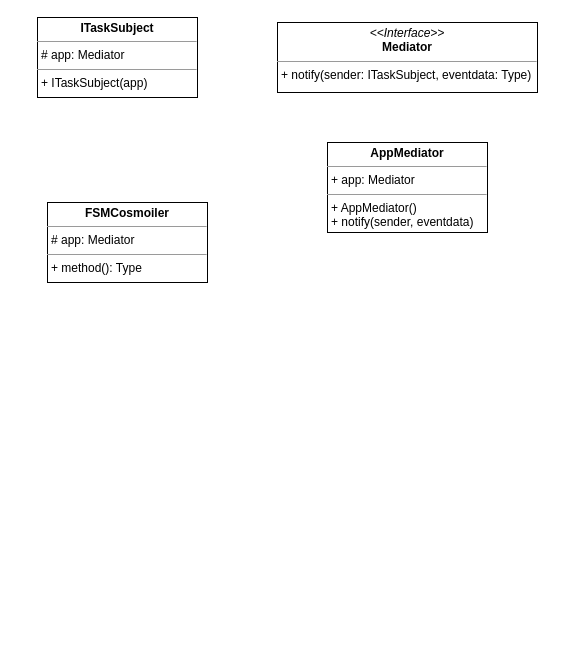
This is page "Class FSMTelemetry" (9 of 9) of Untitled Diagram.drawio from kosmonavtX/Cosmoiler-2.0, a draw.io file, before an edit. Source tidied: cells renumbered, new cells numbered last; positions are measured from the earlier drawing's top-left corner, leaving out a move shared by most shapes. Both pictures are drawn from the tidied source at 100%, with x=0, y=0 at pixel (37, 17).
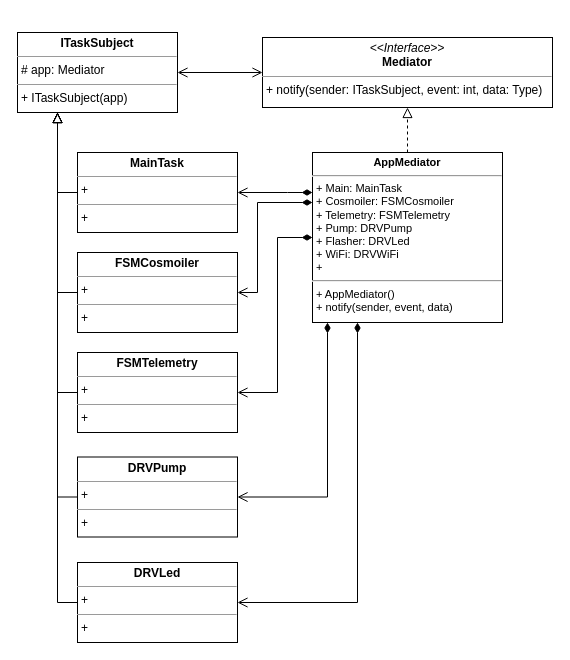
The same diagram, later.

The edit, as a diff of the source:
```diff
@@
-    <mxCell id="2" value="&lt;p style=&quot;margin:0px;margin-top:4px;text-align:center;&quot;&gt;&lt;i&gt;&amp;lt;&amp;lt;Interface&amp;gt;&amp;gt;&lt;/i&gt;&lt;br&gt;&lt;b&gt;Mediator&lt;/b&gt;&lt;/p&gt;&lt;hr size=&quot;1&quot;&gt;&lt;p style=&quot;margin:0px;margin-left:4px;&quot;&gt;+ notify(sender: ITaskSubject, eventdata: Type)&lt;br&gt;&lt;/p&gt;" style="verticalAlign=top;align=left;overflow=fill;fontSize=12;fontFamily=Helvetica;html=1;" parent="1" vertex="1">
-      <mxGeometry x="240" y="5" width="260" height="70" as="geometry" />
+    <mxCell id="2" value="&lt;p style=&quot;margin:0px;margin-top:4px;text-align:center;&quot;&gt;&lt;i&gt;&amp;lt;&amp;lt;Interface&amp;gt;&amp;gt;&lt;/i&gt;&lt;br&gt;&lt;b&gt;Mediator&lt;/b&gt;&lt;/p&gt;&lt;hr size=&quot;1&quot;&gt;&lt;p style=&quot;margin:0px;margin-left:4px;&quot;&gt;+ notify(sender: ITaskSubject, event: int, data: Type)&lt;br&gt;&lt;/p&gt;" style="verticalAlign=top;align=left;overflow=fill;fontSize=12;fontFamily=Helvetica;html=1;" parent="1" vertex="1">
+      <mxGeometry x="225" y="20" width="290" height="70" as="geometry" />
     </mxCell>
+    <mxCell id="6" style="edgeStyle=orthogonalEdgeStyle;rounded=0;jettySize=auto;html=1;fontSize=11;startArrow=none;startFill=0;endArrow=block;endFill=0;startSize=8;endSize=8;dashed=1;" parent="1" edge="1" source="3" target="2">
+      <mxGeometry relative="1" as="geometry" />
+    </mxCell>
-    <mxCell id="3" value="&lt;p style=&quot;margin:0px;margin-top:4px;text-align:center;&quot;&gt;&lt;b&gt;AppMediator&lt;/b&gt;&lt;/p&gt;&lt;hr size=&quot;1&quot;&gt;&lt;p style=&quot;margin:0px;margin-left:4px;&quot;&gt;+ app: Mediator&lt;/p&gt;&lt;hr size=&quot;1&quot;&gt;&lt;p style=&quot;margin:0px;margin-left:4px;&quot;&gt;+ AppMediator()&lt;/p&gt;&lt;p style=&quot;margin:0px;margin-left:4px;&quot;&gt;+ notify(sender, eventdata)&lt;/p&gt;" style="verticalAlign=top;align=left;overflow=fill;fontSize=12;fontFamily=Helvetica;html=1;" parent="1" vertex="1">
-      <mxGeometry x="290" y="125" width="160" height="90" as="geometry" />
+    <mxCell id="3" value="&lt;p style=&quot;margin: 4px 0px 0px; text-align: center; font-size: 11px;&quot;&gt;&lt;b style=&quot;font-size: 11px;&quot;&gt;AppMediator&lt;/b&gt;&lt;/p&gt;&lt;hr style=&quot;font-size: 11px;&quot;&gt;&lt;p style=&quot;margin: 0px 0px 0px 4px; font-size: 11px;&quot;&gt;+ Main: MainTask&amp;nbsp;&lt;/p&gt;&lt;p style=&quot;margin: 0px 0px 0px 4px; font-size: 11px;&quot;&gt;+ Cosmoiler: FSMCosmoiler&lt;/p&gt;&lt;p style=&quot;margin: 0px 0px 0px 4px; font-size: 11px;&quot;&gt;+ Telemetry: FSMTelemetry&lt;/p&gt;&lt;p style=&quot;margin: 0px 0px 0px 4px; font-size: 11px;&quot;&gt;+ Pump: DRVPump&lt;/p&gt;&lt;p style=&quot;margin: 0px 0px 0px 4px; font-size: 11px;&quot;&gt;+ Flasher: DRVLed&lt;/p&gt;&lt;p style=&quot;margin: 0px 0px 0px 4px; font-size: 11px;&quot;&gt;+ WiFi: DRVWiFi&lt;/p&gt;&lt;p style=&quot;margin: 0px 0px 0px 4px; font-size: 11px;&quot;&gt;+&amp;nbsp;&lt;/p&gt;&lt;hr style=&quot;font-size: 11px;&quot;&gt;&lt;p style=&quot;margin: 0px 0px 0px 4px; font-size: 11px;&quot;&gt;+ AppMediator()&lt;/p&gt;&lt;p style=&quot;margin: 0px 0px 0px 4px; font-size: 11px;&quot;&gt;+ notify(sender, event, data)&lt;/p&gt;" style="verticalAlign=top;align=left;overflow=fill;fontSize=11;fontFamily=Helvetica;html=1;" parent="1" vertex="1">
+      <mxGeometry x="275" y="135" width="190" height="170" as="geometry" />
     </mxCell>
+    <mxCell id="7" style="edgeStyle=orthogonalEdgeStyle;rounded=0;jettySize=auto;html=1;fontSize=11;startArrow=open;startFill=0;endArrow=diamondThin;endFill=1;startSize=8;endSize=8;" parent="1" edge="1" source="4" target="3">
+      <mxGeometry relative="1" as="geometry">
+        <Array as="points">
+          <mxPoint x="220" y="275" />
+          <mxPoint x="220" y="185" />
+        </Array>
+      </mxGeometry>
+    </mxCell>
+    <mxCell id="8" style="edgeStyle=orthogonalEdgeStyle;rounded=0;jettySize=auto;html=1;fontSize=11;startArrow=none;startFill=0;endArrow=block;endFill=0;startSize=8;endSize=8;entryX=0.25;entryY=1;entryDx=0;entryDy=0;exitX=0;exitY=0.5;exitDx=0;exitDy=0;" parent="1" edge="1" source="4" target="5">
+      <mxGeometry relative="1" as="geometry">
+        <Array as="points">
+          <mxPoint x="20" y="275" />
+        </Array>
+      </mxGeometry>
+    </mxCell>
-    <mxCell id="4" value="&lt;p style=&quot;margin:0px;margin-top:4px;text-align:center;&quot;&gt;&lt;b&gt;FSMCosmoiler&lt;/b&gt;&lt;/p&gt;&lt;hr size=&quot;1&quot;&gt;&lt;p style=&quot;margin:0px;margin-left:4px;&quot;&gt;# app: Mediator&lt;/p&gt;&lt;hr size=&quot;1&quot;&gt;&lt;p style=&quot;margin:0px;margin-left:4px;&quot;&gt;+ method(): Type&lt;/p&gt;" style="verticalAlign=top;align=left;overflow=fill;fontSize=12;fontFamily=Helvetica;html=1;" parent="1" vertex="1">
-      <mxGeometry x="10" y="185" width="160" height="80" as="geometry" />
+    <mxCell id="4" value="&lt;p style=&quot;margin:0px;margin-top:4px;text-align:center;&quot;&gt;&lt;b&gt;FSMCosmoiler&lt;/b&gt;&lt;/p&gt;&lt;hr size=&quot;1&quot;&gt;&lt;p style=&quot;margin:0px;margin-left:4px;&quot;&gt;+&lt;/p&gt;&lt;hr size=&quot;1&quot;&gt;&lt;p style=&quot;margin:0px;margin-left:4px;&quot;&gt;+&amp;nbsp;&lt;/p&gt;" style="verticalAlign=top;align=left;overflow=fill;fontSize=12;fontFamily=Helvetica;html=1;" parent="1" vertex="1">
+      <mxGeometry x="40" y="235" width="160" height="80" as="geometry" />
     </mxCell>
     <mxCell id="5" value="&lt;p style=&quot;margin:0px;margin-top:4px;text-align:center;&quot;&gt;&lt;b&gt;ITaskSubject&lt;/b&gt;&lt;/p&gt;&lt;hr size=&quot;1&quot;&gt;&lt;p style=&quot;margin:0px;margin-left:4px;&quot;&gt;# app: Mediator&lt;/p&gt;&lt;hr size=&quot;1&quot;&gt;&lt;p style=&quot;margin:0px;margin-left:4px;&quot;&gt;+ ITaskSubject(app)&lt;/p&gt;" style="verticalAlign=top;align=left;overflow=fill;fontSize=12;fontFamily=Helvetica;html=1;" parent="1" vertex="1">
-      <mxGeometry width="160" height="80" as="geometry" />
+      <mxGeometry x="-20" y="15" width="160" height="80" as="geometry" />
     </mxCell>
+    <mxCell id="9" style="edgeStyle=orthogonalEdgeStyle;rounded=0;jettySize=auto;html=1;fontSize=11;startArrow=open;startFill=0;endArrow=diamondThin;endFill=1;startSize=8;endSize=8;" parent="1" edge="1" source="11" target="3">
+      <mxGeometry relative="1" as="geometry">
+        <Array as="points">
+          <mxPoint x="250" y="175" />
+          <mxPoint x="250" y="175" />
+        </Array>
+      </mxGeometry>
+    </mxCell>
+    <mxCell id="10" style="edgeStyle=orthogonalEdgeStyle;rounded=0;jettySize=auto;html=1;entryX=0.25;entryY=1;entryDx=0;entryDy=0;fontSize=11;startArrow=none;startFill=0;endArrow=block;endFill=0;startSize=8;endSize=8;exitX=0;exitY=0.5;exitDx=0;exitDy=0;" parent="1" edge="1" source="11" target="5">
+      <mxGeometry relative="1" as="geometry" />
+    </mxCell>
+    <mxCell id="11" value="&lt;p style=&quot;margin:0px;margin-top:4px;text-align:center;&quot;&gt;&lt;b&gt;MainTask&lt;/b&gt;&lt;/p&gt;&lt;hr size=&quot;1&quot;&gt;&lt;p style=&quot;margin:0px;margin-left:4px;&quot;&gt;+&lt;/p&gt;&lt;hr size=&quot;1&quot;&gt;&lt;p style=&quot;margin:0px;margin-left:4px;&quot;&gt;+&lt;/p&gt;" style="verticalAlign=top;align=left;overflow=fill;fontSize=12;fontFamily=Helvetica;html=1;" parent="1" vertex="1">
+      <mxGeometry x="40" y="135" width="160" height="80" as="geometry" />
+    </mxCell>
+    <mxCell id="12" style="endArrow=open;html=1;rounded=0;fontSize=11;exitX=1;exitY=0.5;exitDx=0;exitDy=0;entryX=0;entryY=0.5;entryDx=0;entryDy=0;startArrow=open;startFill=0;endFill=0;endSize=8;startSize=8;" parent="1" edge="1" source="5" target="2">
+      <mxGeometry relative="1" as="geometry" />
+    </mxCell>
+    <mxCell id="13" style="edgeStyle=orthogonalEdgeStyle;rounded=0;jettySize=auto;html=1;fontSize=11;startArrow=none;startFill=0;endArrow=block;endFill=0;startSize=8;endSize=8;exitX=0;exitY=0.5;exitDx=0;exitDy=0;entryX=0.25;entryY=1;entryDx=0;entryDy=0;" parent="1" edge="1" source="15" target="5">
+      <mxGeometry relative="1" as="geometry" />
+    </mxCell>
+    <mxCell id="14" style="edgeStyle=orthogonalEdgeStyle;rounded=0;jettySize=auto;html=1;fontSize=11;startArrow=open;startFill=0;endArrow=diamondThin;endFill=1;startSize=8;endSize=8;" parent="1" edge="1" source="15" target="3">
+      <mxGeometry relative="1" as="geometry">
+        <Array as="points">
+          <mxPoint x="240" y="375" />
+          <mxPoint x="240" y="220" />
+        </Array>
+      </mxGeometry>
+    </mxCell>
+    <mxCell id="15" value="&lt;p style=&quot;margin:0px;margin-top:4px;text-align:center;&quot;&gt;&lt;b&gt;FSMTelemetry&lt;/b&gt;&lt;/p&gt;&lt;hr size=&quot;1&quot;&gt;&lt;p style=&quot;margin:0px;margin-left:4px;&quot;&gt;+&lt;/p&gt;&lt;hr size=&quot;1&quot;&gt;&lt;p style=&quot;margin:0px;margin-left:4px;&quot;&gt;+&amp;nbsp;&lt;/p&gt;" style="verticalAlign=top;align=left;overflow=fill;fontSize=12;fontFamily=Helvetica;html=1;" parent="1" vertex="1">
+      <mxGeometry x="40" y="335" width="160" height="80" as="geometry" />
+    </mxCell>
+    <mxCell id="16" style="edgeStyle=orthogonalEdgeStyle;rounded=0;jettySize=auto;html=1;fontSize=11;startArrow=open;startFill=0;endArrow=diamondThin;endFill=1;startSize=8;endSize=8;" parent="1" edge="1" source="17" target="3">
+      <mxGeometry relative="1" as="geometry">
+        <Array as="points">
+          <mxPoint x="290" y="479" />
+        </Array>
+      </mxGeometry>
+    </mxCell>
+    <mxCell id="17" value="&lt;p style=&quot;margin:0px;margin-top:4px;text-align:center;&quot;&gt;&lt;b&gt;DRVPump&lt;/b&gt;&lt;/p&gt;&lt;hr size=&quot;1&quot;&gt;&lt;p style=&quot;margin:0px;margin-left:4px;&quot;&gt;+&lt;/p&gt;&lt;hr size=&quot;1&quot;&gt;&lt;p style=&quot;margin:0px;margin-left:4px;&quot;&gt;+&amp;nbsp;&lt;/p&gt;" style="verticalAlign=top;align=left;overflow=fill;fontSize=12;fontFamily=Helvetica;html=1;" parent="1" vertex="1">
+      <mxGeometry x="40" y="439.5" width="160" height="80" as="geometry" />
+    </mxCell>
+    <mxCell id="18" style="edgeStyle=orthogonalEdgeStyle;rounded=0;jettySize=auto;html=1;fontSize=11;startArrow=open;startFill=0;endArrow=diamondThin;endFill=1;startSize=8;endSize=8;" parent="1" edge="1" source="19" target="3">
+      <mxGeometry relative="1" as="geometry">
+        <Array as="points">
+          <mxPoint x="320" y="585" />
+        </Array>
+      </mxGeometry>
+    </mxCell>
+    <mxCell id="19" value="&lt;p style=&quot;margin:0px;margin-top:4px;text-align:center;&quot;&gt;&lt;b&gt;DRVLed&lt;/b&gt;&lt;/p&gt;&lt;hr size=&quot;1&quot;&gt;&lt;p style=&quot;margin:0px;margin-left:4px;&quot;&gt;+&lt;/p&gt;&lt;hr size=&quot;1&quot;&gt;&lt;p style=&quot;margin:0px;margin-left:4px;&quot;&gt;+&amp;nbsp;&lt;/p&gt;" style="verticalAlign=top;align=left;overflow=fill;fontSize=12;fontFamily=Helvetica;html=1;" parent="1" vertex="1">
+      <mxGeometry x="40" y="545" width="160" height="80" as="geometry" />
+    </mxCell>
+    <mxCell id="20" style="edgeStyle=orthogonalEdgeStyle;rounded=0;jettySize=auto;html=1;fontSize=11;startArrow=none;startFill=0;endArrow=block;endFill=0;startSize=8;endSize=8;exitX=0;exitY=0.5;exitDx=0;exitDy=0;entryX=0.25;entryY=1;entryDx=0;entryDy=0;" parent="1" edge="1" source="17">
+      <mxGeometry relative="1" as="geometry">
+        <mxPoint x="20" y="95" as="targetPoint" />
+      </mxGeometry>
+    </mxCell>
+    <mxCell id="21" style="edgeStyle=orthogonalEdgeStyle;rounded=0;jettySize=auto;html=1;fontSize=11;startArrow=none;startFill=0;endArrow=block;endFill=0;startSize=8;endSize=8;exitX=0;exitY=0.5;exitDx=0;exitDy=0;" parent="1" edge="1" source="19">
+      <mxGeometry relative="1" as="geometry">
+        <mxPoint x="20" y="95" as="targetPoint" />
+      </mxGeometry>
+    </mxCell>
```
